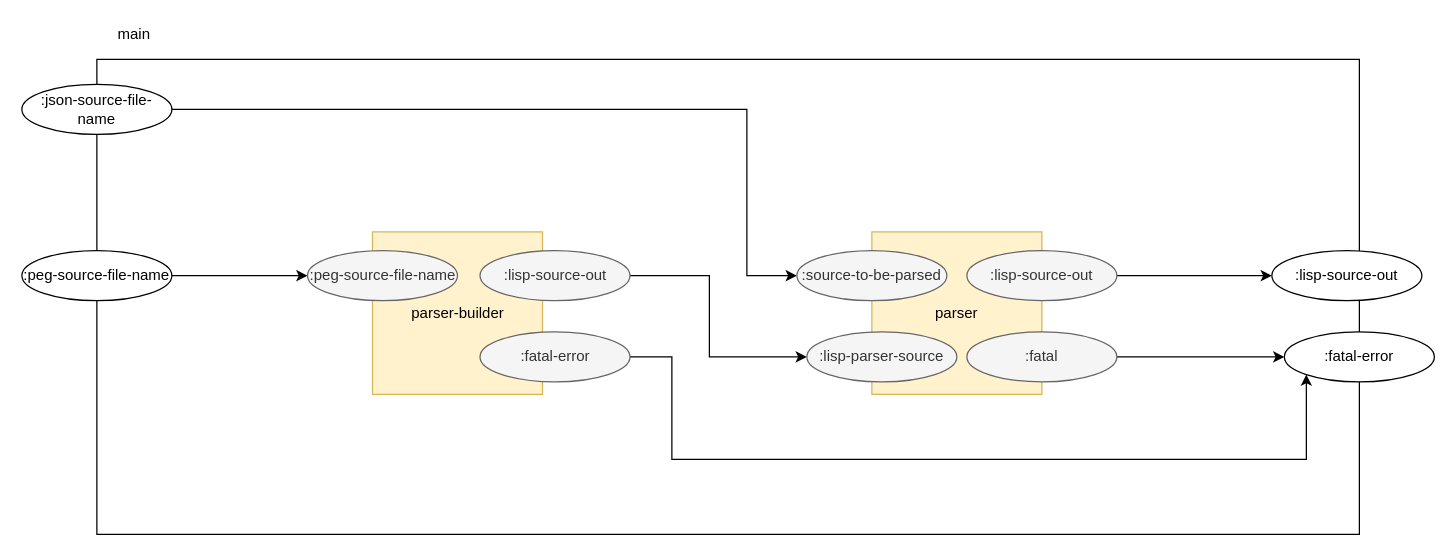
The draw.io diagram build_process/cl-build/json-parser.drawio in bmfbp/bmfbp, before the edit. Source tidied: cells renumbered, new cells numbered last; positions are measured from the earlier drawing's top-left corner, leaving out a move shared by most shapes. Both pictures are drawn from the tidied source at 125%, with x=0, y=0 at pixel (21, 21).
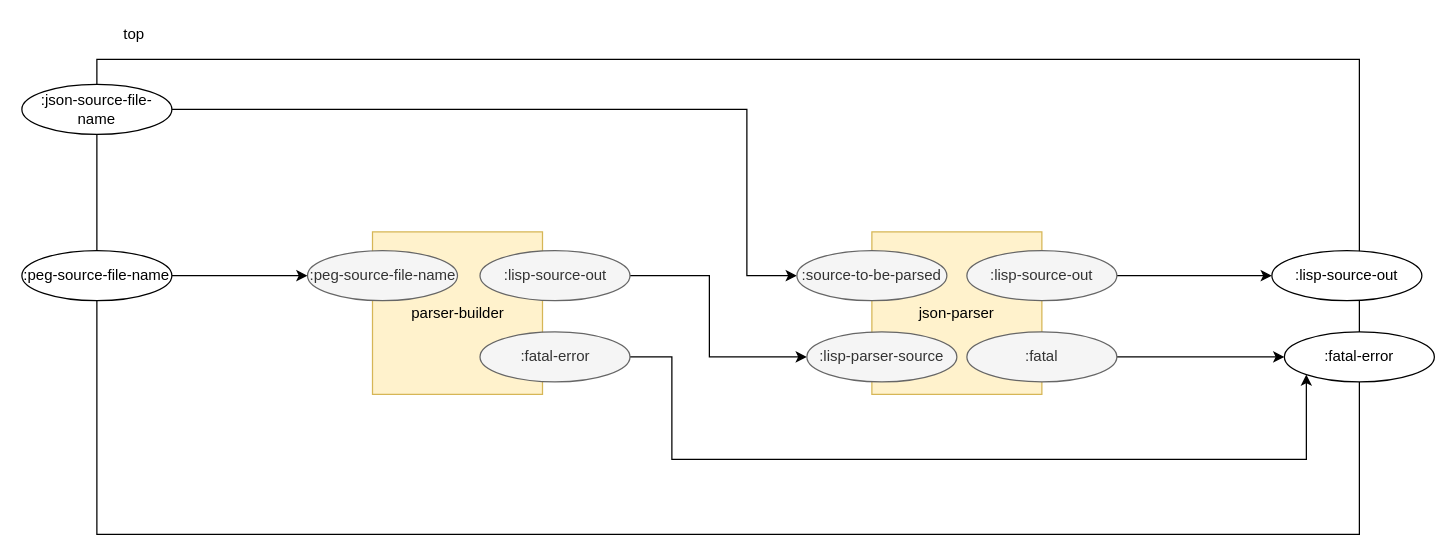
After the change.

Commit message (it also covers changes not shown here):
alpha json parser

The edit, as a diff of the source:
```diff
@@
-    <mxCell id="13" value="parser" style="rounded=0;whiteSpace=wrap;html=1;fillColor=#fff2cc;strokeColor=#d6b656;" parent="1" vertex="1">
+    <mxCell id="13" value="json-parser" style="rounded=0;whiteSpace=wrap;html=1;fillColor=#fff2cc;strokeColor=#d6b656;" parent="1" vertex="1">
       <mxGeometry x="680" y="168" width="136" height="130" as="geometry" />
     </mxCell>
@@
-    <mxCell id="22" value="main" style="text;html=1;strokeColor=none;fillColor=none;align=center;verticalAlign=middle;whiteSpace=wrap;rounded=0;" parent="1" vertex="1">
+    <mxCell id="22" value="top" style="text;html=1;strokeColor=none;fillColor=none;align=center;verticalAlign=middle;whiteSpace=wrap;rounded=0;" parent="1" vertex="1">
       <mxGeometry x="70" width="40" height="20" as="geometry" />
     </mxCell>
```
